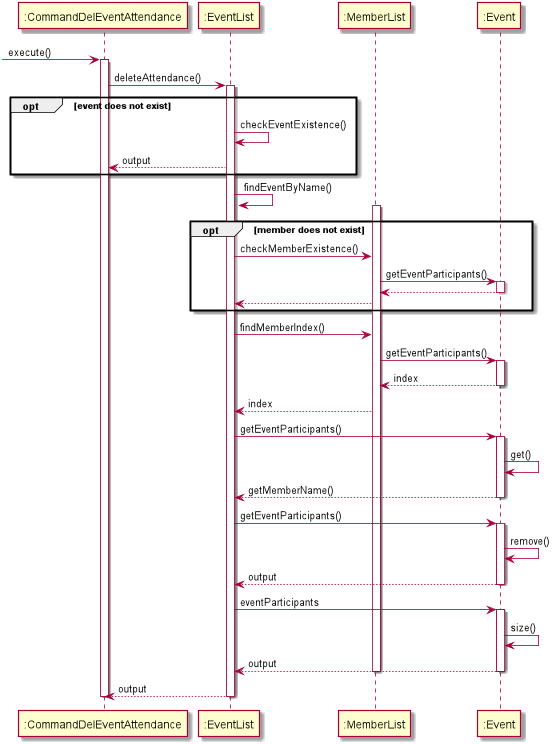
nus-cs2113-AY2021S1/tp keeps this PlantUML diagram as docs/EventDiagram/SequenceDiagram/CommandDelEventAttendance.png. Above is the earlier version.
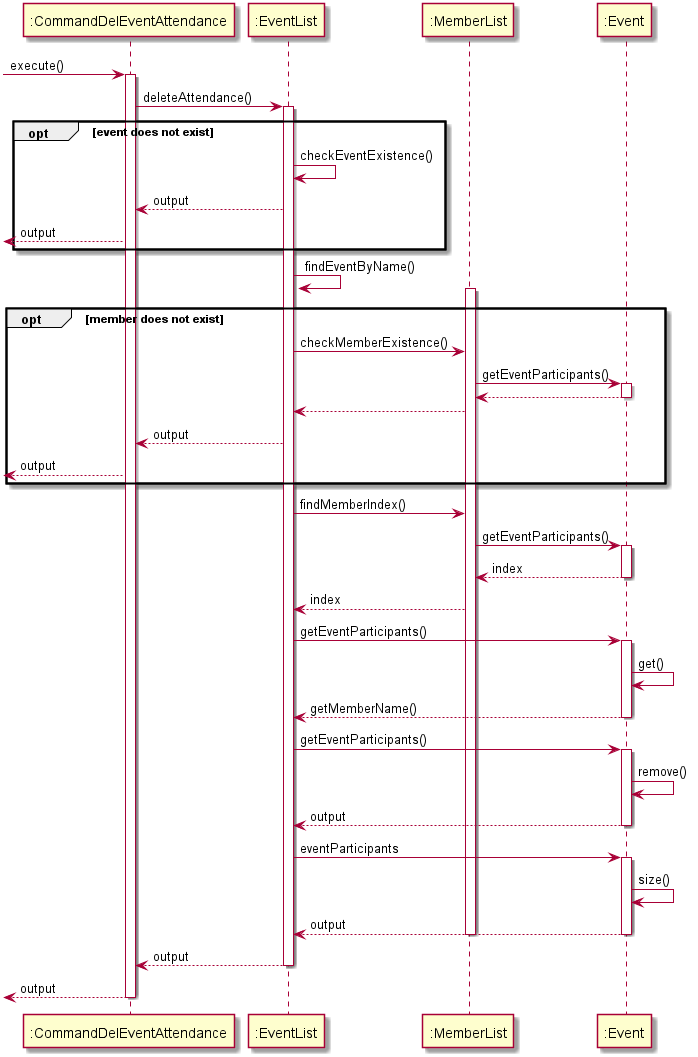
Above is the later version.

Diff of the diagram source:
```diff
@@ -8,6 +8,7 @@
 opt event does not exist
 ":EventList" -> ":EventList" : checkEventExistence()
 ":EventList" --> ":CommandDelEventAttendance" : output
+<-- ":CommandDelEventAttendance" : output
 end
 
 ":EventList" -> ":EventList" : findEventByName()
@@ -19,6 +20,8 @@
 activate ":Event"
 return
 ":MemberList" --> ":EventList"
+":EventList" --> ":CommandDelEventAttendance" : output
+<-- ":CommandDelEventAttendance" : output
 end
 
 activate ":MemberList"
@@ -48,6 +51,7 @@
 
 ":EventList" --> ":CommandDelEventAttendance" : output
 deactivate ":EventList"
+<-- ":CommandDelEventAttendance" : output
 deactivate ":CommandDelEventAttendance"
 
 
```
